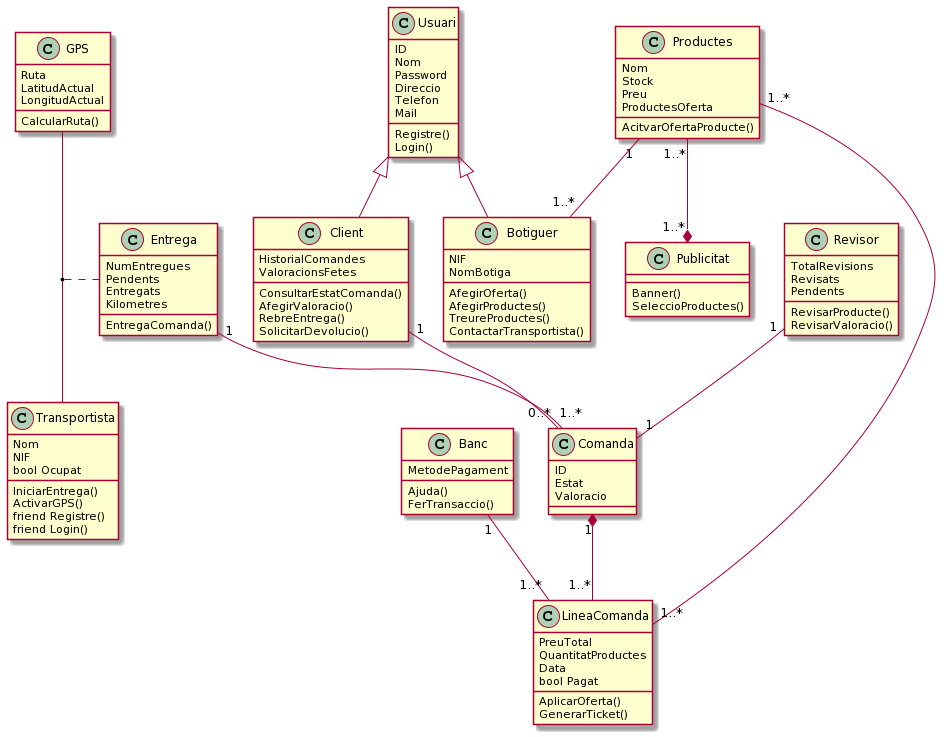
polpagesdev/delivery-app keeps this PlantUML diagram as diagrams/sprint3_diag_classes.png. Above is the earlier version.
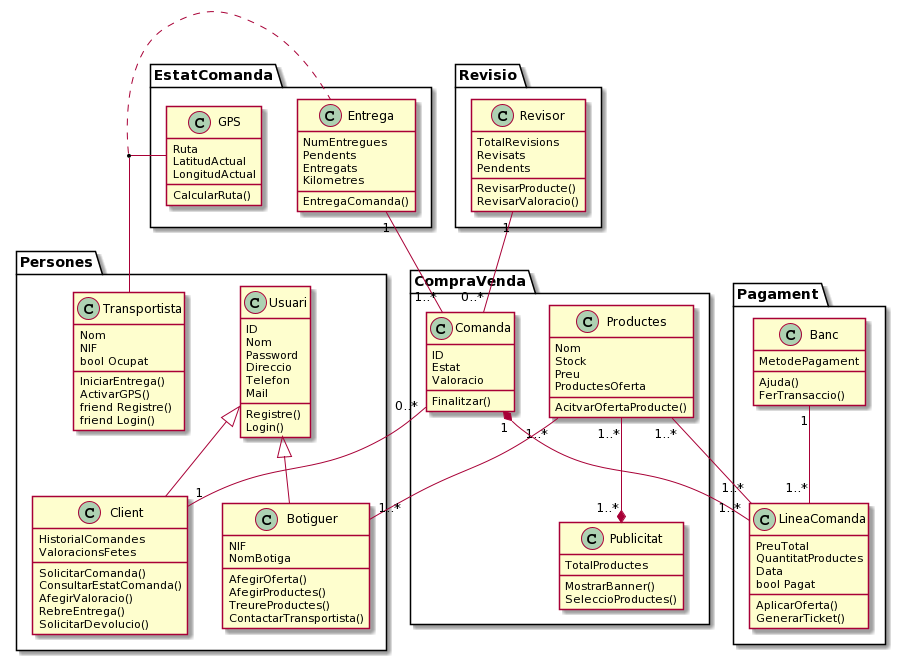
Later version of the same file.

The edit, as a diff of the source:
```diff
@@ -1,6 +1,34 @@
 @startuml
 
 
+
+
+package Persones <<Folder>>{
+class Usuari
+class Client
+class Botiguer
+class Transportista
+}
+
+package Pagament <<Folder>>{
+class Banc
+class LineaComanda
+}
+
+package EstatComanda <<Folder>>{
+class GPS
+class Entrega
+}
+
+package CompraVenda <<Folder>>{
+class Comanda
+class Productes
+class Publicitat
+}
+
+package Revisio <<Folder>>{
+class Revisor
+}
 
 class Usuari{
 ID
@@ -16,6 +44,7 @@
 class Client {
 HistorialComandes
 ValoracionsFetes
+SolicitarComanda()
 ConsultarEstatComanda()
 AfegirValoracio()
 RebreEntrega()
@@ -59,6 +88,7 @@
 ID
 Estat
 Valoracio
+Finalitzar()
 }
 
 Class Productes{
@@ -95,8 +125,8 @@
 
 Class Publicitat
 {
-
-Banner()
+TotalProductes
+MostrarBanner()
 SeleccioProductes()
 }
 
@@ -106,10 +136,12 @@
 
 Client "1" -- "0..*" Comanda
 Productes"1..*" -- "1..*" LineaComanda
-Productes"1" -- "1..*" Botiguer
+Productes"1..*" -- "1..*" Botiguer
 Banc"1" -- "1..*"LineaComanda
 Entrega"1" -- "1..*"Comanda
-Revisor"1"--"1"Comanda
+Revisor"1"--"0..*"Comanda
+
+
 
 
 
```
